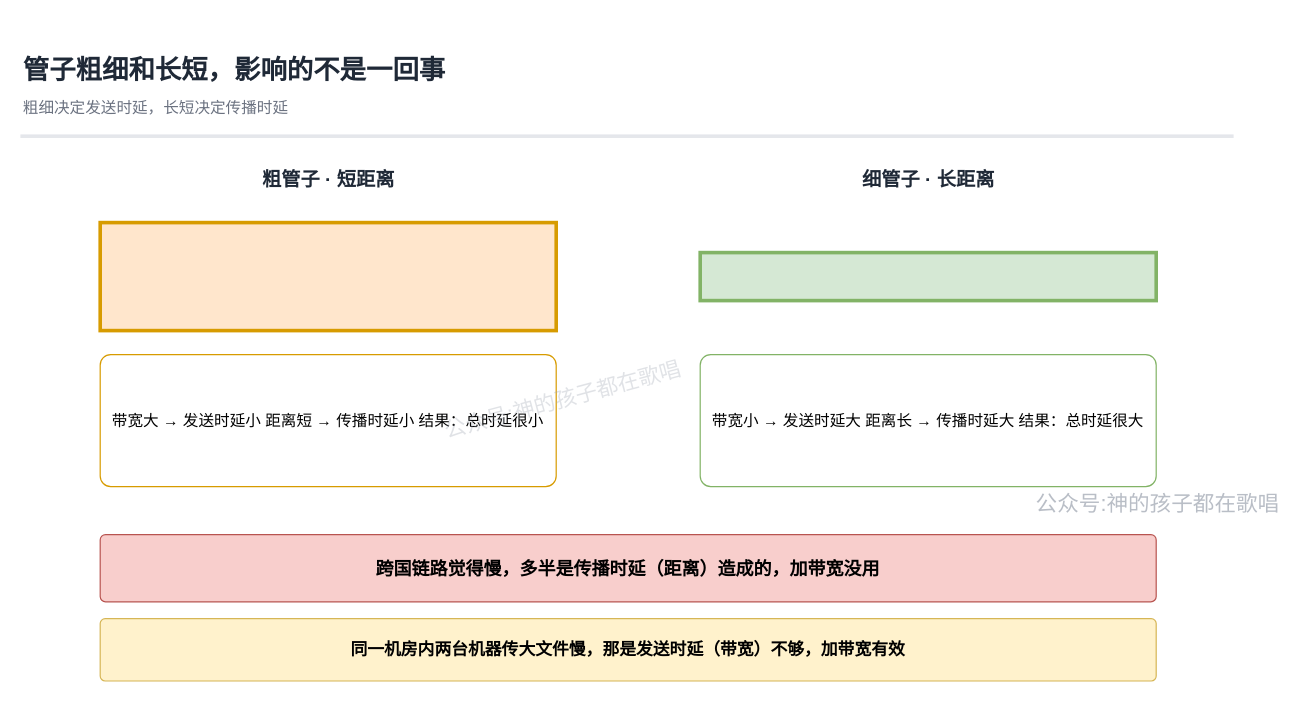
The draw.io diagram page "配图2-粗细与长短" (2 of 2) of network/120-network-delay.drawio in Rodma1/draw, before the edit. Source tidied: cells renumbered, new cells numbered last; positions are measured from the earlier drawing's top-left corner, leaving out a move shared by most shapes. Both pictures are drawn from the tidied source at 120%, with x=0, y=0 at pixel (20, 50).
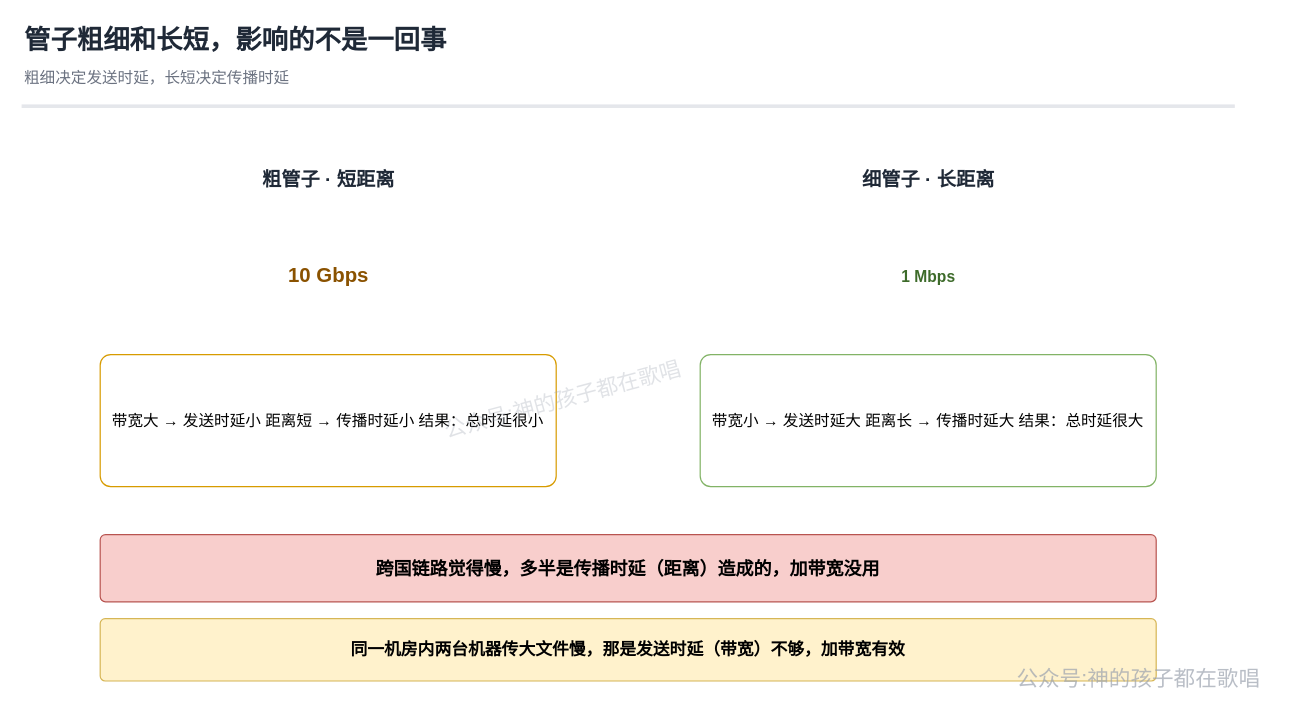
The same page after the edit.

The edit, as a diff of the source:
```diff
@@
 <mxGraphModel>
   <root>
     <mxCell id="0" />
     <mxCell id="1" parent="0" />
     <mxCell id="2" value="管子粗细和长短，影响的不是一回事" style="text;html=1;fontSize=22;fontColor=#1F2937;fontStyle=1;align=left;verticalAlign=middle;" parent="1" vertex="1">
-      <mxGeometry width="1010" height="34" as="geometry" />
+      <mxGeometry x="1" y="-25" width="1010" height="34" as="geometry" />
     </mxCell>
     <mxCell id="3" value="粗细决定发送时延，长短决定传播时延" style="text;html=1;fontSize=13;fontColor=#6B7280;fontStyle=0;align=left;verticalAlign=middle;" parent="1" vertex="1">
-      <mxGeometry y="36" width="1010" height="22" as="geometry" />
+      <mxGeometry x="1" y="11" width="1010" height="22" as="geometry" />
     </mxCell>
     <mxCell id="4" style="rounded=0;whiteSpace=wrap;html=1;fillColor=#e5e7eb;strokeColor=#e5e7eb;" parent="1" vertex="1">
-      <mxGeometry y="70" width="1010" height="2" as="geometry" />
+      <mxGeometry x="1" y="45" width="1010" height="2" as="geometry" />
     </mxCell>
     <mxCell id="5" value="粗管子 · 短距离" style="text;html=1;fontSize=16;fontColor=#1F2937;fontStyle=1;align=center;verticalAlign=middle;" parent="1" vertex="1">
       <mxGeometry x="46" y="93" width="420" height="28" as="geometry" />
     </mxCell>
-    <mxCell id="6" style="rounded=0;whiteSpace=wrap;html=1;fillColor=#ffe6cc;strokeColor=#d79b00;strokeWidth=3;" parent="1" vertex="1">
+    <mxCell id="6" value="10 Gbps" style="shape=flexArrow;html=1;fillColor=#ffe6cc;strokeColor=#d79b00;strokeWidth=2;width=54;endSize=24;fontSize=17;fontStyle=1;fontColor=#8A5200;" parent="1" vertex="1">
       <mxGeometry x="66" y="143" width="380" height="90" as="geometry" />
     </mxCell>
     <mxCell id="7" value="带宽大 → 发送时延小 距离短 → 传播时延小  结果：总时延很小" style="rounded=1;arcSize=8;whiteSpace=wrap;html=1;fillColor=#ffffff;strokeColor=#d79b00;fontSize=13;fontStyle=0;align=center;" parent="1" vertex="1">
       <mxGeometry x="66" y="253" width="380" height="110" as="geometry" />
     </mxCell>
     <mxCell id="8" value="细管子 · 长距离" style="text;html=1;fontSize=16;fontColor=#1F2937;fontStyle=1;align=center;verticalAlign=middle;" parent="1" vertex="1">
       <mxGeometry x="546" y="93" width="420" height="28" as="geometry" />
     </mxCell>
-    <mxCell id="9" style="rounded=0;whiteSpace=wrap;html=1;fillColor=#d5e8d4;strokeColor=#82b366;strokeWidth=3;" parent="1" vertex="1">
+    <mxCell id="9" value="1 Mbps" style="shape=flexArrow;html=1;fillColor=#d5e8d4;strokeColor=#82b366;strokeWidth=2;width=13;endSize=8;fontSize=13;fontStyle=1;fontColor=#3D6B2A;" parent="1" vertex="1">
       <mxGeometry x="566" y="168" width="380" height="40" as="geometry" />
     </mxCell>
     <mxCell id="10" value="带宽小 → 发送时延大 距离长 → 传播时延大  结果：总时延很大" style="rounded=1;arcSize=8;whiteSpace=wrap;html=1;fillColor=#ffffff;strokeColor=#82b366;fontSize=13;fontStyle=0;align=center;" parent="1" vertex="1">
       <mxGeometry x="566" y="253" width="380" height="110" as="geometry" />
     </mxCell>
     <mxCell id="11" value="跨国链路觉得慢，多半是传播时延（距离）造成的，加带宽没用" style="rounded=1;arcSize=8;whiteSpace=wrap;html=1;fillColor=#f8cecc;strokeColor=#b85450;fontSize=15;fontStyle=1;align=center;" parent="1" vertex="1">
       <mxGeometry x="66" y="403" width="880" height="56" as="geometry" />
     </mxCell>
     <mxCell id="12" value="同一机房内两台机器传大文件慢，那是发送时延（带宽）不够，加带宽有效" style="rounded=1;arcSize=8;whiteSpace=wrap;html=1;fillColor=#fff2cc;strokeColor=#d6b656;fontSize=14;fontStyle=1;align=center;" parent="1" vertex="1">
       <mxGeometry x="66" y="473" width="880" height="52" as="geometry" />
     </mxCell>
     <mxCell id="13" value="公众号:神的孩子都在歌唱" style="text;html=1;fontSize=18;fontColor=#9CA3AF;opacity=40;align=right;verticalAlign=middle;opacityGroup=1;textOpacity=70;" parent="1" vertex="1">
-      <mxGeometry x="871" y="361" width="179" height="34" as="geometry" />
+      <mxGeometry x="855" y="507" width="179" height="34" as="geometry" />
     </mxCell>
     <mxCell id="14" value="公众号:神的孩子都在歌唱" style="text;html=1;fontSize=18;fontColor=#9CA3AF;opacity=40;align=right;verticalAlign=middle;opacityGroup=1;textOpacity=30;rotation=-15;" parent="1" vertex="1">
       <mxGeometry x="375" y="271" width="179" height="34" as="geometry" />
     </mxCell>
   </root>
 </mxGraphModel>
```
